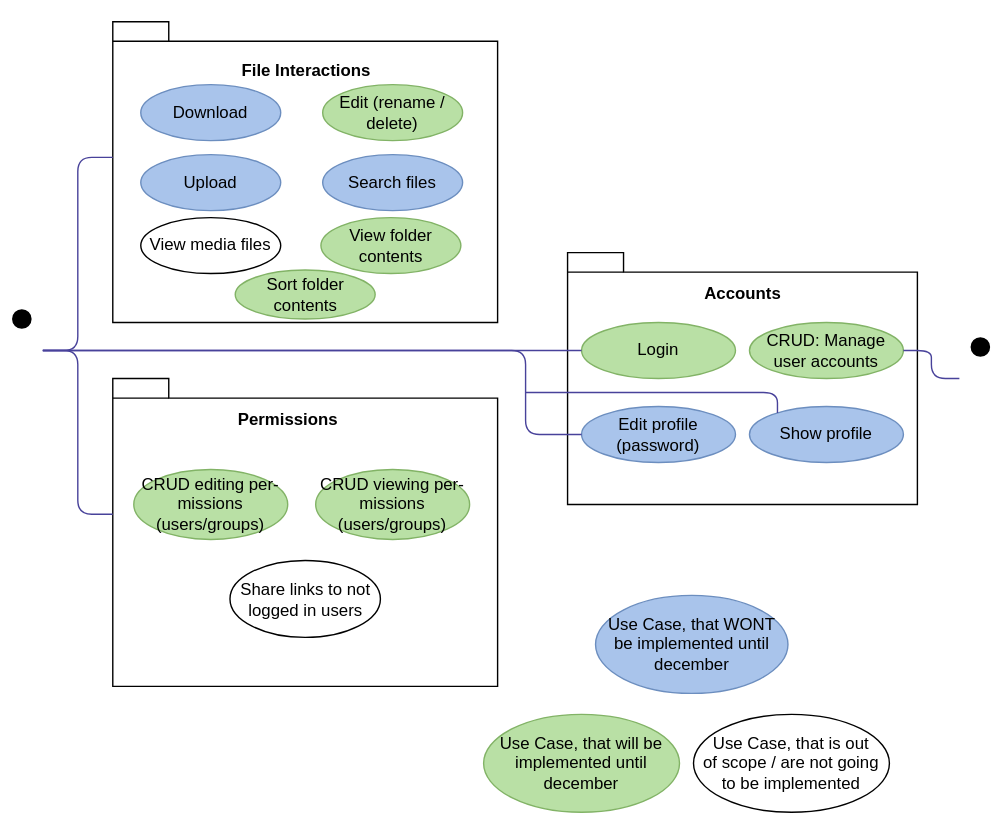
Above: wiki/usecases.svg in FileFighter/filefighter.github.io (draw.io), before the change. Source tidied: cells renumbered, new cells last; positions are measured from the earlier drawing's top-left corner, leaving out a move shared by most shapes.
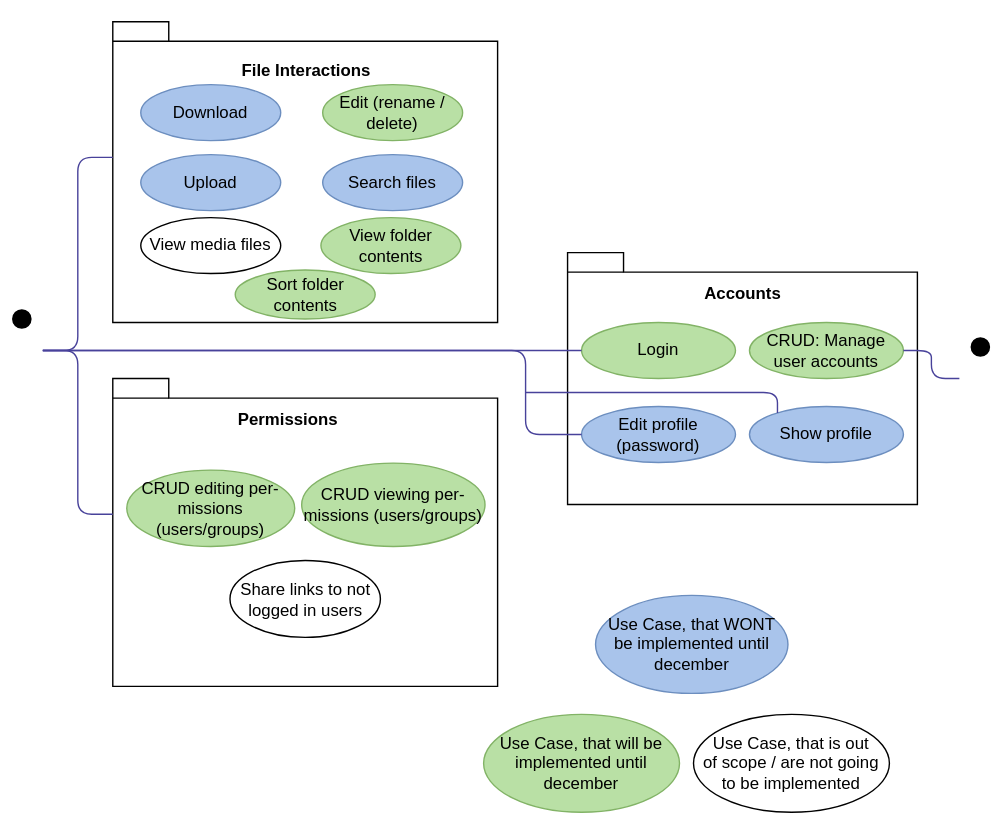
Above is the later version.

What changed in the source:
```diff
@@ -36,7 +36,7 @@
       <mxGeometry x="230" y="60" width="100" height="40" as="geometry" />
     </mxCell>
     <mxCell id="13" value="CRUD editing per-missions (users/groups)" style="ellipse;whiteSpace=wrap;html=1;strokeColor=#82b366;fillColor=#B9E0A5;" parent="1" vertex="1">
-      <mxGeometry x="95" y="335" width="110" height="50" as="geometry" />
+      <mxGeometry x="90" y="335.4" width="120" height="54.5" as="geometry" />
     </mxCell>
     <mxCell id="14" value="&lt;font color=&quot;#ffffff&quot;&gt;Admin&lt;/font&gt;" style="shape=umlActor;verticalLabelPosition=bottom;verticalAlign=top;html=1;fillColor=#000000;strokeColor=#FFFFFF;" parent="1" vertex="1">
       <mxGeometry x="685" y="240" width="30" height="60" as="geometry" />
@@ -45,7 +45,7 @@
       <mxGeometry x="100" y="155" width="100" height="40" as="geometry" />
     </mxCell>
     <mxCell id="16" value="CRUD&amp;nbsp;viewing per-missions (users/groups)" style="ellipse;whiteSpace=wrap;html=1;strokeColor=#82b366;fillColor=#B9E0A5;" parent="1" vertex="1">
-      <mxGeometry x="225" y="335" width="110" height="50" as="geometry" />
+      <mxGeometry x="215" y="330.4" width="131" height="59.5" as="geometry" />
     </mxCell>
     <mxCell id="17" value="Login" style="ellipse;whiteSpace=wrap;html=1;strokeColor=#82b366;fillColor=#B9E0A5;" parent="1" vertex="1">
       <mxGeometry x="415" y="230" width="110" height="40" as="geometry" />
@@ -118,5 +118,8 @@
     <mxCell id="35" style="edgeStyle=orthogonalEdgeStyle;rounded=0;orthogonalLoop=1;jettySize=auto;html=1;exitX=0.5;exitY=1;exitDx=0;exitDy=0;exitPerimeter=0;" parent="1" edge="1" source="6" target="6">
       <mxGeometry relative="1" as="geometry" />
     </mxCell>
+    <mxCell id="36" style="edgeStyle=orthogonalEdgeStyle;rounded=0;orthogonalLoop=1;jettySize=auto;html=1;exitX=0.5;exitY=1;exitDx=0;exitDy=0;exitPerimeter=0;" parent="1" edge="1" source="6" target="6">
+      <mxGeometry relative="1" as="geometry" />
+    </mxCell>
   </root>
 </mxGraphModel>
```
